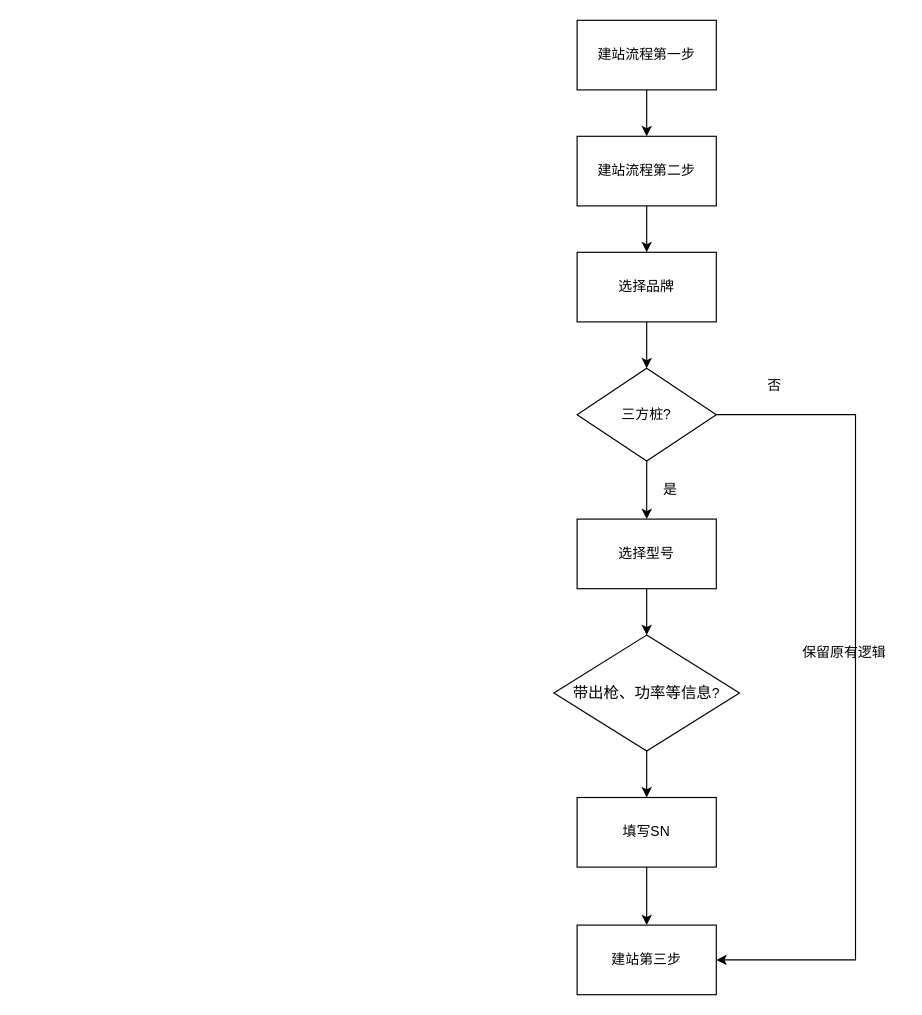
The draw.io diagram 未命名绘图.drawio in piaoransheng/draw.io, before the edit. Source tidied: cells renumbered, new cells numbered last; positions are measured from the earlier drawing's top-left corner, leaving out a move shared by most shapes. Both pictures are drawn from the tidied source at 116%, with x=0, y=0 at pixel (553, 20).
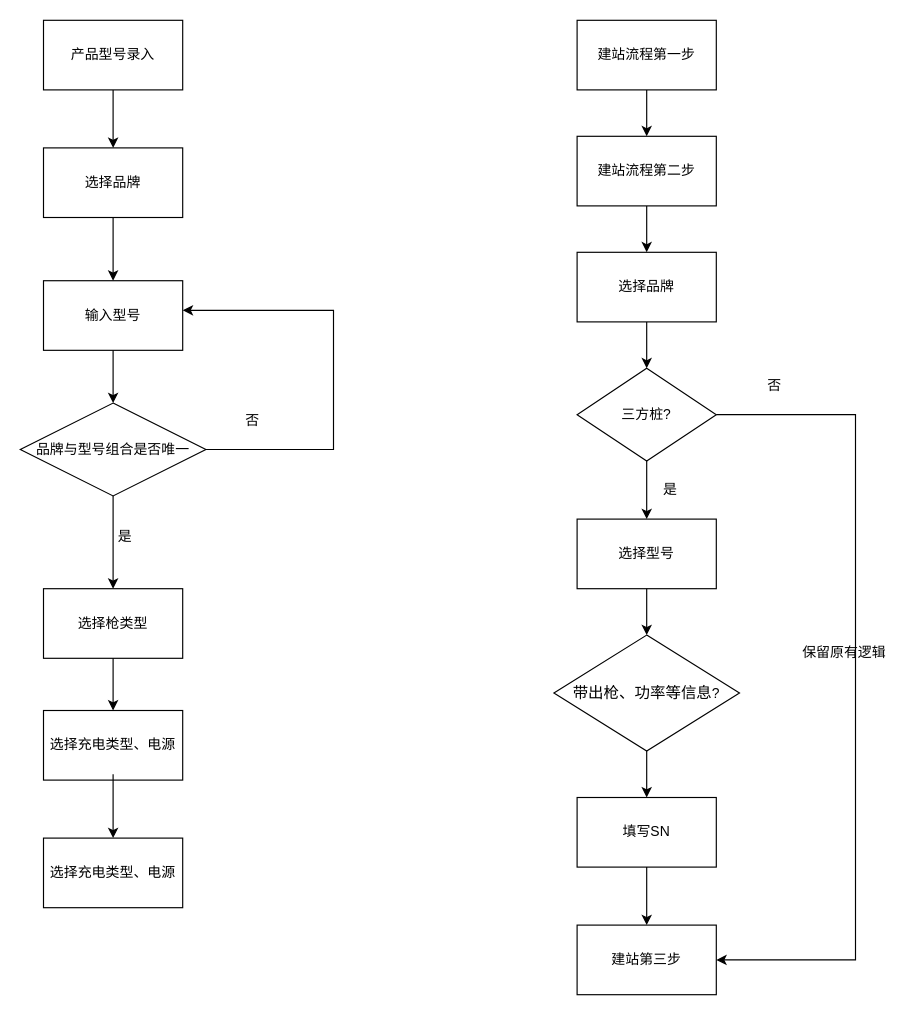
The same page after the edit.

Commit message (it also covers changes not shown here):
更新未命名绘图.drawio

Change to the diagram source:
```diff
@@
+    <mxCell id="21" value="产品型号录入" style="rounded=0;whiteSpace=wrap;html=1;" parent="1" vertex="1">
+      <mxGeometry x="-440" width="120" height="60" as="geometry" />
+    </mxCell>
+    <mxCell id="22" value="选择品牌" style="rounded=0;whiteSpace=wrap;html=1;" parent="1" vertex="1">
+      <mxGeometry x="-440" y="110" width="120" height="60" as="geometry" />
+    </mxCell>
+    <mxCell id="23" style="endArrow=classic;html=1;rounded=0;exitX=0.5;exitY=1;exitDx=0;exitDy=0;entryX=0.5;entryY=0;entryDx=0;entryDy=0;" parent="1" edge="1" source="21" target="22">
+      <mxGeometry relative="1" as="geometry" />
+    </mxCell>
+    <mxCell id="24" value="输入型号" style="rounded=0;whiteSpace=wrap;html=1;" parent="1" vertex="1">
+      <mxGeometry x="-440" y="224.5" width="120" height="60" as="geometry" />
+    </mxCell>
+    <mxCell id="25" style="endArrow=classic;html=1;rounded=0;exitX=0.5;exitY=1;exitDx=0;exitDy=0;entryX=0.5;entryY=0;entryDx=0;entryDy=0;" parent="1" edge="1" source="22" target="24">
+      <mxGeometry relative="1" as="geometry" />
+    </mxCell>
+    <mxCell id="26" value="选择充电类型、电源" style="rounded=0;whiteSpace=wrap;html=1;" parent="1" vertex="1">
+      <mxGeometry x="-440" y="595" width="120" height="60" as="geometry" />
+    </mxCell>
+    <mxCell id="27" style="endArrow=classic;html=1;rounded=0;exitX=0.5;exitY=1;exitDx=0;exitDy=0;entryX=0.5;entryY=0;entryDx=0;entryDy=0;" parent="1" edge="1" source="24" target="32">
+      <mxGeometry relative="1" as="geometry" />
+    </mxCell>
+    <mxCell id="28" value="选择枪类型" style="rounded=0;whiteSpace=wrap;html=1;" parent="1" vertex="1">
+      <mxGeometry x="-440" y="490" width="120" height="60" as="geometry" />
+    </mxCell>
+    <mxCell id="29" style="endArrow=classic;html=1;rounded=0;exitX=0.5;exitY=1;exitDx=0;exitDy=0;entryX=0.5;entryY=0;entryDx=0;entryDy=0;" parent="1" edge="1" source="28" target="26">
+      <mxGeometry relative="1" as="geometry" />
+    </mxCell>
+    <mxCell id="30" value="选择充电类型、电源" style="rounded=0;whiteSpace=wrap;html=1;" parent="1" vertex="1">
+      <mxGeometry x="-440" y="705" width="120" height="60" as="geometry" />
+    </mxCell>
+    <mxCell id="31" style="endArrow=classic;html=1;rounded=0;exitX=0.5;exitY=0.917;exitDx=0;exitDy=0;entryX=0.5;entryY=0;entryDx=0;entryDy=0;exitPerimeter=0;" parent="1" edge="1" source="26" target="30">
+      <mxGeometry relative="1" as="geometry" />
+    </mxCell>
+    <mxCell id="32" value="品牌与型号组合是否唯一" style="rhombus;whiteSpace=wrap;html=1;" parent="1" vertex="1">
+      <mxGeometry x="-460" y="330" width="160" height="80" as="geometry" />
+    </mxCell>
+    <mxCell id="33" style="endArrow=classic;html=1;rounded=0;exitX=0.5;exitY=1;exitDx=0;exitDy=0;entryX=0.5;entryY=0;entryDx=0;entryDy=0;" parent="1" edge="1" source="32" target="28">
+      <mxGeometry relative="1" as="geometry" />
+    </mxCell>
+    <mxCell id="34" value="是" style="text;html=1;align=center;verticalAlign=middle;strokeColor=none;fillColor=none;" parent="1" vertex="1">
+      <mxGeometry x="-390" y="430" width="40" height="30" as="geometry" />
+    </mxCell>
+    <mxCell id="35" style="endArrow=classic;html=1;rounded=0;exitX=1;exitY=0.5;exitDx=0;exitDy=0;" parent="1" edge="1" source="32">
+      <mxGeometry relative="1" as="geometry">
+        <mxPoint x="-320" y="250" as="targetPoint" />
+        <Array as="points">
+          <mxPoint x="-190" y="370" />
+          <mxPoint x="-190" y="250" />
+        </Array>
+      </mxGeometry>
+    </mxCell>
+    <mxCell id="36" value="否" style="text;html=1;align=center;verticalAlign=middle;strokeColor=none;fillColor=none;" parent="1" vertex="1">
+      <mxGeometry x="-280" y="330" width="40" height="30" as="geometry" />
+    </mxCell>
```
